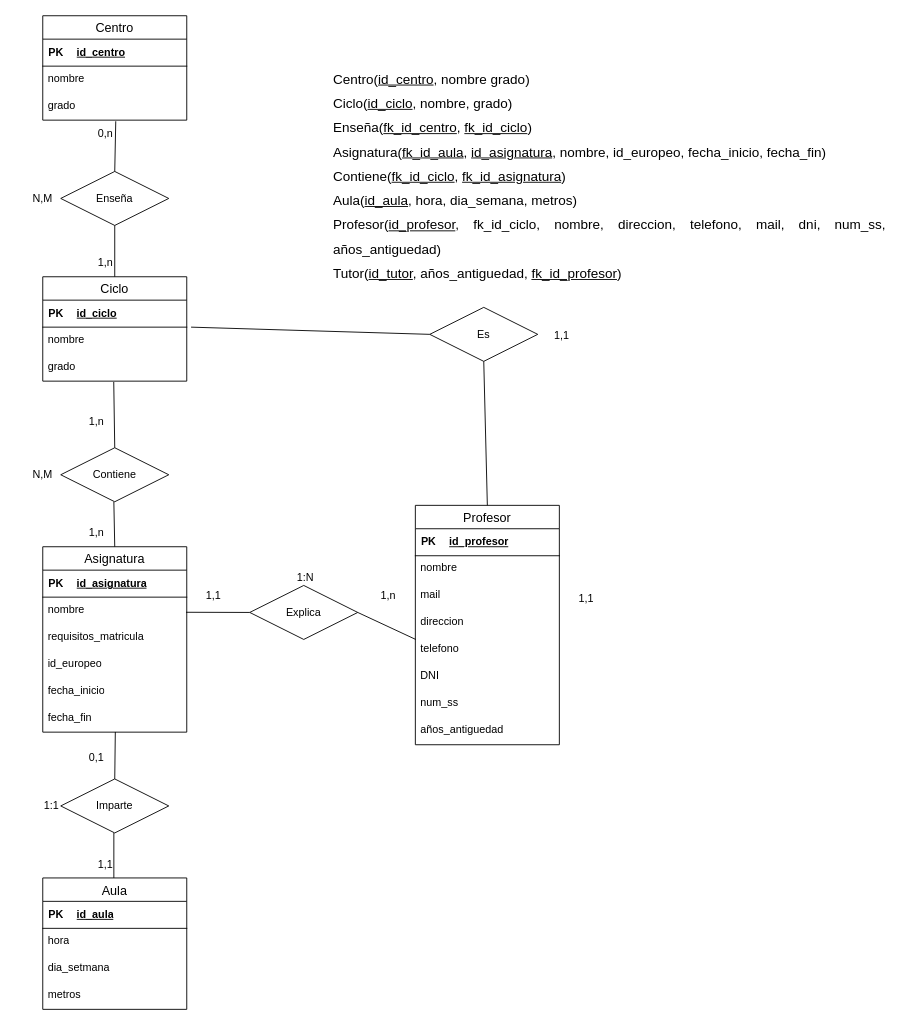
The draw.io diagram Ejercicio17.drawio in Daninuro/diagrames-cvf-dn-mpl-n-11102023, before the edit. Source tidied: cells renumbered, new cells numbered last; positions are measured from the earlier drawing's top-left corner, leaving out a move shared by most shapes. Both pictures are drawn from the tidied source at 90%, with x=0, y=0 at pixel (15, 15).
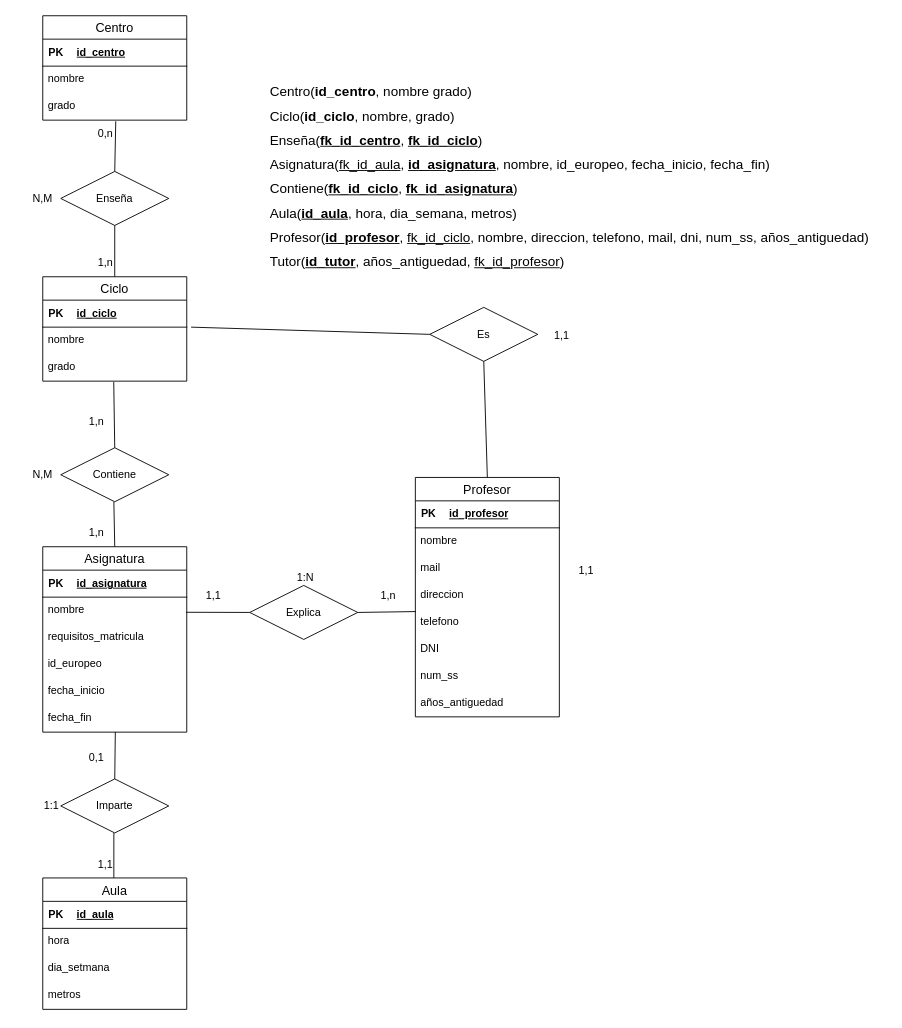
After the change.

What changed in the source:
```diff
@@
     <mxCell id="34" value="Profesor" style="swimlane;fontStyle=0;horizontal=1;startSize=26;align=center;fontSize=14;" parent="1" vertex="1">
-      <mxGeometry x="444" y="544" width="160" height="266" as="geometry" />
+      <mxGeometry x="444" y="513" width="160" height="266" as="geometry" />
     </mxCell>
@@
     <mxCell id="66" value="1,1" style="text;html=1;strokeColor=none;fillColor=none;align=center;verticalAlign=middle;whiteSpace=wrap;rounded=0;" parent="1" vertex="1">
-      <mxGeometry x="604" y="633" width="60" height="30" as="geometry" />
+      <mxGeometry x="604" y="602" width="60" height="30" as="geometry" />
     </mxCell>
@@
-    <mxCell id="74" value="&lt;div style=&quot;text-align: justify; line-height: 180%; font-size: 15px;&quot;&gt;&lt;span style=&quot;background-color: initial; --darkreader-inline-bgcolor: initial;&quot;&gt;&lt;font style=&quot;font-size: 15px;&quot;&gt;Centro(&lt;u style=&quot;&quot;&gt;id_centro&lt;/u&gt;, nombre grado)&lt;/font&gt;&lt;/span&gt;&lt;/div&gt;&lt;font style=&quot;font-size: 15px;&quot;&gt;&lt;div style=&quot;text-align: justify; line-height: 180%;&quot;&gt;&lt;span style=&quot;background-color: initial; --darkreader-inline-bgcolor: initial;&quot;&gt;Ciclo(&lt;u&gt;id_ciclo&lt;/u&gt;, nombre, grado)&lt;/span&gt;&lt;/div&gt;&lt;div style=&quot;text-align: justify; line-height: 180%;&quot;&gt;&lt;span style=&quot;background-color: initial; --darkreader-inline-bgcolor: initial;&quot;&gt;Enseña(&lt;u&gt;fk_id_centro&lt;/u&gt;, &lt;u&gt;fk_id_ciclo&lt;/u&gt;)&lt;/span&gt;&lt;/div&gt;&lt;div style=&quot;text-align: justify; line-height: 180%;&quot;&gt;&lt;span style=&quot;background-color: initial; --darkreader-inline-bgcolor: initial;&quot;&gt;Asignatura(&lt;u&gt;fk_id_aula&lt;/u&gt;,&amp;nbsp;&lt;u&gt;id_asignatura&lt;/u&gt;, nombre, id_europeo, fecha_inicio, fecha_fin)&lt;/span&gt;&lt;/div&gt;&lt;div style=&quot;text-align: justify; line-height: 180%;&quot;&gt;Contiene(&lt;u style=&quot;border-color: var(--border-color); --darkreader-inline-border: var(--darkreader-border--border-color);&quot;&gt;fk_id_ciclo&lt;/u&gt;,&amp;nbsp;&lt;u style=&quot;border-color: var(--border-color); --darkreader-inline-border: var(--darkreader-border--border-color);&quot;&gt;fk_id_asignatura&lt;/u&gt;)&lt;span style=&quot;background-color: initial; --darkreader-inline-bgcolor: initial;&quot;&gt;&lt;br&gt;&lt;/span&gt;&lt;/div&gt;&lt;div style=&quot;text-align: justify; line-height: 180%;&quot;&gt;&lt;span style=&quot;background-color: initial; --darkreader-inline-bgcolor: initial;&quot;&gt;Aula(&lt;u&gt;id_aula&lt;/u&gt;, hora, dia_semana, metros)&lt;/span&gt;&lt;/div&gt;&lt;div style=&quot;text-align: justify; line-height: 180%;&quot;&gt;&lt;span style=&quot;background-color: initial; --darkreader-inline-bgcolor: initial;&quot;&gt;Profesor(&lt;u&gt;id_profesor&lt;/u&gt;, fk_id_ciclo, nombre, direccion, telefono, mail, dni, num_ss, años_antiguedad)&lt;/span&gt;&lt;/div&gt;&lt;div style=&quot;text-align: justify; line-height: 180%;&quot;&gt;&lt;span style=&quot;background-color: initial; --darkreader-inline-bgcolor: initial;&quot;&gt;Tutor(&lt;u style=&quot;&quot;&gt;id_tutor&lt;/u&gt;, años_antiguedad, &lt;u style=&quot;&quot;&gt;fk_id_profesor&lt;/u&gt;)&lt;/span&gt;&lt;/div&gt;&lt;/font&gt;" style="text;html=1;strokeColor=none;fillColor=none;align=center;verticalAlign=middle;whiteSpace=wrap;rounded=0;" parent="1" vertex="1">
-      <mxGeometry x="352" y="63" width="616" height="230" as="geometry" />
+    <mxCell id="74" value="&lt;div style=&quot;text-align: justify; line-height: 180%; font-size: 15px;&quot;&gt;&lt;span style=&quot;background-color: initial; --darkreader-inline-bgcolor: initial;&quot;&gt;&lt;font style=&quot;font-size: 15px;&quot;&gt;Centro(&lt;b&gt;id_centro&lt;/b&gt;, nombre grado)&lt;/font&gt;&lt;/span&gt;&lt;/div&gt;&lt;font style=&quot;font-size: 15px;&quot;&gt;&lt;div style=&quot;text-align: justify; line-height: 180%;&quot;&gt;&lt;span style=&quot;background-color: initial; --darkreader-inline-bgcolor: initial;&quot;&gt;Ciclo(&lt;b&gt;id_ciclo&lt;/b&gt;, nombre, grado)&lt;/span&gt;&lt;/div&gt;&lt;div style=&quot;text-align: justify; line-height: 180%;&quot;&gt;&lt;span style=&quot;background-color: initial; --darkreader-inline-bgcolor: initial;&quot;&gt;Enseña(&lt;u&gt;&lt;b&gt;fk_id_centro&lt;/b&gt;&lt;/u&gt;, &lt;u&gt;&lt;b&gt;fk_id_ciclo&lt;/b&gt;&lt;/u&gt;)&lt;/span&gt;&lt;/div&gt;&lt;div style=&quot;text-align: justify; line-height: 180%;&quot;&gt;&lt;span style=&quot;background-color: initial; --darkreader-inline-bgcolor: initial;&quot;&gt;Asignatura(&lt;u&gt;fk_id_aula&lt;/u&gt;,&amp;nbsp;&lt;u&gt;&lt;b&gt;id_asignatura&lt;/b&gt;&lt;/u&gt;, nombre, id_europeo, fecha_inicio, fecha_fin)&lt;/span&gt;&lt;/div&gt;&lt;div style=&quot;text-align: justify; line-height: 180%;&quot;&gt;Contiene(&lt;u style=&quot;border-color: var(--border-color); --darkreader-inline-border: var(--darkreader-border--border-color);&quot;&gt;&lt;b&gt;fk_id_ciclo&lt;/b&gt;&lt;/u&gt;,&amp;nbsp;&lt;u style=&quot;border-color: var(--border-color); --darkreader-inline-border: var(--darkreader-border--border-color);&quot;&gt;&lt;b&gt;fk_id_asignatura&lt;/b&gt;&lt;/u&gt;)&lt;span style=&quot;background-color: initial; --darkreader-inline-bgcolor: initial;&quot;&gt;&lt;br&gt;&lt;/span&gt;&lt;/div&gt;&lt;div style=&quot;text-align: justify; line-height: 180%;&quot;&gt;&lt;span style=&quot;background-color: initial; --darkreader-inline-bgcolor: initial;&quot;&gt;Aula(&lt;u&gt;&lt;b&gt;id_aula&lt;/b&gt;&lt;/u&gt;, hora, dia_semana, metros)&lt;/span&gt;&lt;/div&gt;&lt;div style=&quot;text-align: justify; line-height: 180%;&quot;&gt;&lt;span style=&quot;background-color: initial; --darkreader-inline-bgcolor: initial;&quot;&gt;Profesor(&lt;u&gt;&lt;b&gt;id_profesor&lt;/b&gt;&lt;/u&gt;, &lt;u&gt;fk_id_ciclo&lt;/u&gt;, nombre, direccion, telefono, mail, dni, num_ss, años_antiguedad)&lt;/span&gt;&lt;/div&gt;&lt;div style=&quot;text-align: justify; line-height: 180%;&quot;&gt;&lt;span style=&quot;background-color: initial; --darkreader-inline-bgcolor: initial;&quot;&gt;Tutor(&lt;u style=&quot;&quot;&gt;&lt;b&gt;id_tutor&lt;/b&gt;&lt;/u&gt;, años_antiguedad, &lt;u style=&quot;&quot;&gt;fk_id_profesor&lt;/u&gt;)&lt;/span&gt;&lt;/div&gt;&lt;/font&gt;" style="text;html=1;strokeColor=none;fillColor=none;align=center;verticalAlign=middle;whiteSpace=wrap;rounded=0;" parent="1" vertex="1">
+      <mxGeometry x="263" y="63" width="705" height="230" as="geometry" />
     </mxCell>
```
